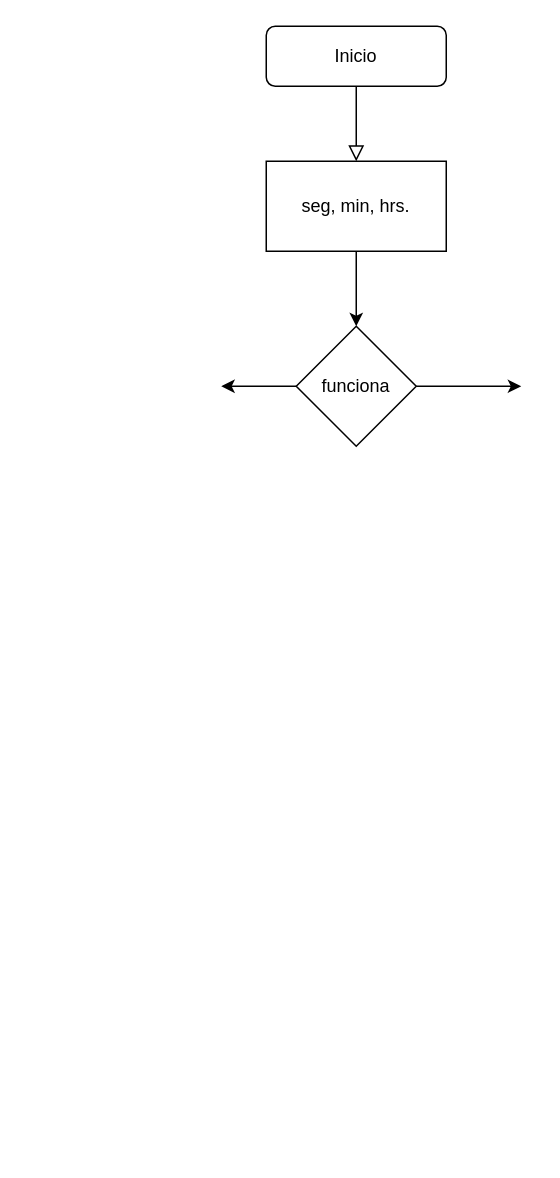
This is Untitled Diagram.drawio from LFernandoTS/proyectodemo, a draw.io file, before an edit. Source tidied: cells renumbered, new cells numbered last; positions are measured from the earlier drawing's top-left corner, leaving out a move shared by most shapes. Both pictures are drawn from the tidied source at 150%, with x=0, y=0 at pixel (220, 26).
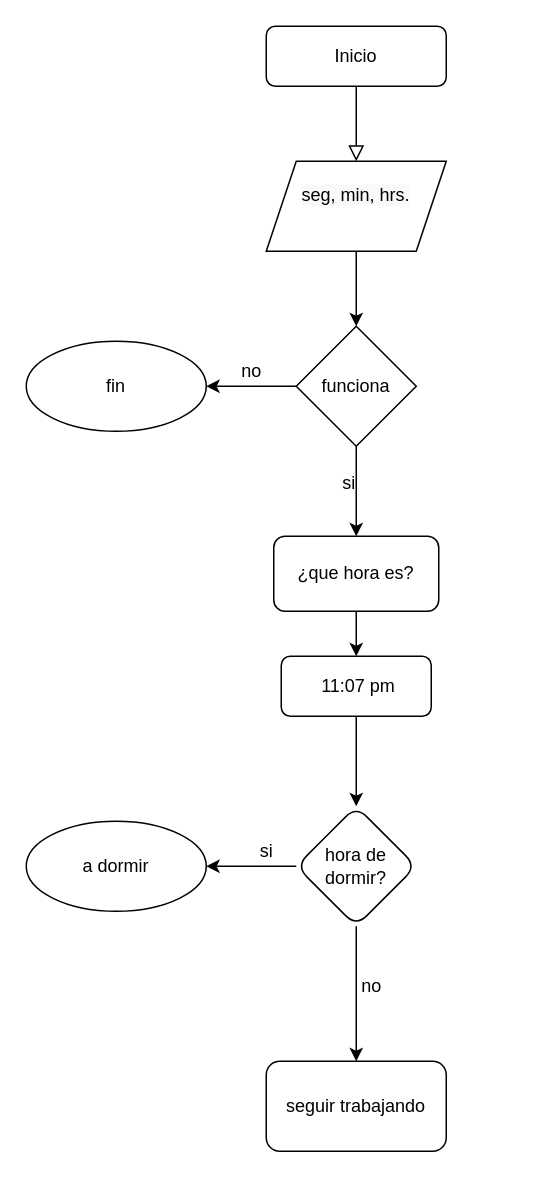
The same diagram, later.

Commit message:
mañana seguir con la creación

The change refers to these unchanged cells:
```xml
<mxCell id="3" value="Inicio" style="rounded=1;whiteSpace=wrap;html=1;fontSize=12;glass=0;strokeWidth=1;shadow=0;" parent="1" vertex="1">
  <mxGeometry x="30" width="120" height="40" as="geometry" />
</mxCell>
<mxCell id="5" value="funciona" style="rhombus;whiteSpace=wrap;html=1;" parent="1" vertex="1">
  <mxGeometry x="50" y="200" width="80" height="80" as="geometry" />
</mxCell>
```

What changed in the source:
```diff
@@
-    <mxCell id="2" style="rounded=0;html=1;jettySize=auto;fontSize=11;endArrow=block;endFill=0;endSize=8;strokeWidth=1;shadow=0;labelBackgroundColor=none;edgeStyle=orthogonalEdgeStyle;entryX=0.5;entryY=0;entryDx=0;entryDy=0;" parent="1" edge="1" source="3" target="4">
+    <mxCell id="2" style="rounded=0;html=1;jettySize=auto;fontSize=11;endArrow=block;endFill=0;endSize=8;strokeWidth=1;shadow=0;labelBackgroundColor=none;edgeStyle=orthogonalEdgeStyle;entryX=0.5;entryY=0;entryDx=0;entryDy=0;exitX=0.5;exitY=1;exitDx=0;exitDy=0;" parent="1" edge="1" source="3" target="4">
       <mxGeometry relative="1" as="geometry" />
     </mxCell>
@@
-    <mxCell id="4" value="seg, min, hrs." style="rounded=0;whiteSpace=wrap;html=1;" parent="1" vertex="1">
-      <mxGeometry x="30" y="90" width="120" height="60" as="geometry" />
-    </mxCell>
+    <mxCell id="9" style="edgeStyle=orthogonalEdgeStyle;rounded=0;jettySize=auto;html=1;" parent="1" edge="1" source="5" target="22">
+      <mxGeometry relative="1" as="geometry" />
+    </mxCell>
@@
-    <mxCell id="6" style="endArrow=classic;html=1;rounded=0;exitX=0.5;exitY=1;exitDx=0;exitDy=0;entryX=0.5;entryY=0;entryDx=0;entryDy=0;" parent="1" edge="1" source="4" target="5">
-      <mxGeometry relative="1" as="geometry" />
+    <mxCell id="6" style="endArrow=classic;html=1;rounded=0;exitX=0.5;exitY=1;exitDx=0;exitDy=0;entryX=0.5;entryY=0;entryDx=0;entryDy=0;" parent="1" edge="1" target="5">
+      <mxGeometry relative="1" as="geometry">
+        <mxPoint x="90" y="150" as="sourcePoint" />
+      </mxGeometry>
     </mxCell>
-    <mxCell id="7" style="endArrow=classic;html=1;rounded=0;exitX=1;exitY=0.5;exitDx=0;exitDy=0;" parent="1" edge="1" source="5">
-      <mxGeometry relative="1" as="geometry">
-        <mxPoint x="200" y="240" as="targetPoint" />
-      </mxGeometry>
+    <mxCell id="7" style="endArrow=classic;html=1;rounded=0;exitX=0.5;exitY=1;exitDx=0;exitDy=0;entryX=0.5;entryY=0;entryDx=0;entryDy=0;" parent="1" edge="1" source="5" target="11">
+      <mxGeometry relative="1" as="geometry" />
     </mxCell>
-    <mxCell id="8" style="endArrow=classic;html=1;rounded=0;exitX=0;exitY=0.5;exitDx=0;exitDy=0;" parent="1" edge="1" source="5">
-      <mxGeometry relative="1" as="geometry">
-        <mxPoint y="240" as="targetPoint" />
-      </mxGeometry>
-    </mxCell>
+    <mxCell id="10" value="si" style="text;html=1;align=center;verticalAlign=middle;strokeColor=none;fillColor=none;" parent="1" vertex="1">
+      <mxGeometry x="70" y="290" width="30" height="30" as="geometry" />
+    </mxCell>
+    <mxCell id="11" value="¿que hora es?" style="rounded=1;whiteSpace=wrap;html=1;" parent="1" vertex="1">
+      <mxGeometry x="35" y="340" width="110" height="50" as="geometry" />
+    </mxCell>
+    <mxCell id="4" value="&#10;&lt;span style=&quot;color: rgb(0, 0, 0); font-family: Helvetica; font-size: 12px; font-style: normal; font-variant-ligatures: normal; font-variant-caps: normal; font-weight: 400; letter-spacing: normal; orphans: 2; text-align: center; text-indent: 0px; text-transform: none; widows: 2; word-spacing: 0px; -webkit-text-stroke-width: 0px; background-color: rgb(248, 249, 250); text-decoration-thickness: initial; text-decoration-style: initial; text-decoration-color: initial; float: none; display: inline !important;&quot;&gt;seg, min, hrs.&lt;/span&gt;&#10;&#10;" style="shape=parallelogram;perimeter=parallelogramPerimeter;whiteSpace=wrap;html=1;fixedSize=1;" parent="1" vertex="1">
+      <mxGeometry x="30" y="90" width="120" height="60" as="geometry" />
+    </mxCell>
+    <mxCell id="12" style="edgeStyle=orthogonalEdgeStyle;rounded=0;jettySize=auto;html=1;" parent="1" edge="1" source="13" target="17">
+      <mxGeometry relative="1" as="geometry" />
+    </mxCell>
+    <mxCell id="13" value="&amp;nbsp;11:07 pm" style="rounded=1;whiteSpace=wrap;html=1;" parent="1" vertex="1">
+      <mxGeometry x="40" y="420" width="100" height="40" as="geometry" />
+    </mxCell>
+    <mxCell id="14" style="endArrow=classic;html=1;rounded=0;entryX=0.5;entryY=0;entryDx=0;entryDy=0;exitX=0.5;exitY=1;exitDx=0;exitDy=0;" parent="1" edge="1" source="11" target="13">
+      <mxGeometry relative="1" as="geometry" />
+    </mxCell>
+    <mxCell id="15" style="edgeStyle=orthogonalEdgeStyle;rounded=0;jettySize=auto;html=1;" parent="1" edge="1" source="17" target="18">
+      <mxGeometry relative="1" as="geometry" />
+    </mxCell>
+    <mxCell id="16" style="edgeStyle=orthogonalEdgeStyle;rounded=0;jettySize=auto;html=1;" parent="1" edge="1" source="17" target="19">
+      <mxGeometry relative="1" as="geometry" />
+    </mxCell>
+    <mxCell id="17" value="hora de dormir?" style="rhombus;whiteSpace=wrap;html=1;rounded=1;" parent="1" vertex="1">
+      <mxGeometry x="50" y="520" width="80" height="80" as="geometry" />
+    </mxCell>
+    <mxCell id="18" value="seguir trabajando" style="whiteSpace=wrap;html=1;rounded=1;" parent="1" vertex="1">
+      <mxGeometry x="30" y="690" width="120" height="60" as="geometry" />
+    </mxCell>
+    <mxCell id="19" value="a dormir" style="ellipse;whiteSpace=wrap;html=1;rounded=1;" parent="1" vertex="1">
+      <mxGeometry x="-130" y="530" width="120" height="60" as="geometry" />
+    </mxCell>
+    <mxCell id="20" value="si" style="text;html=1;align=center;verticalAlign=middle;strokeColor=none;fillColor=none;" parent="1" vertex="1">
+      <mxGeometry x="15" y="535" width="30" height="30" as="geometry" />
+    </mxCell>
+    <mxCell id="21" value="no" style="text;html=1;align=center;verticalAlign=middle;strokeColor=none;fillColor=none;" parent="1" vertex="1">
+      <mxGeometry x="80" y="625" width="40" height="30" as="geometry" />
+    </mxCell>
+    <mxCell id="22" value="fin" style="ellipse;whiteSpace=wrap;html=1;" parent="1" vertex="1">
+      <mxGeometry x="-130" y="210" width="120" height="60" as="geometry" />
+    </mxCell>
+    <mxCell id="23" value="no" style="text;html=1;align=center;verticalAlign=middle;strokeColor=none;fillColor=none;" parent="1" vertex="1">
+      <mxGeometry y="215" width="40" height="30" as="geometry" />
+    </mxCell>
```
